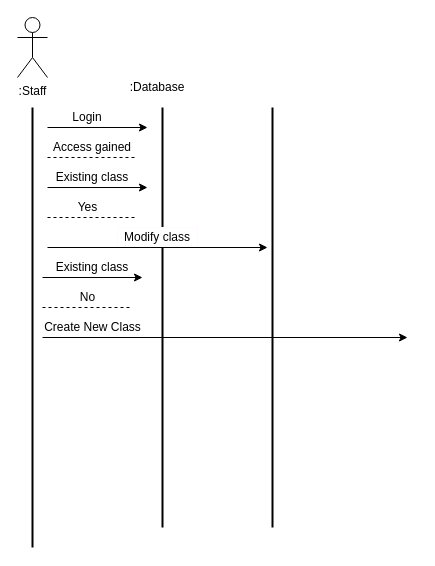
Earlier version of the draw.io diagram sequence_diagram.drawio (BrandonLombard/OOAD-SNHU). Source tidied: cells renumbered, new cells numbered last; positions are measured from the earlier drawing's top-left corner, leaving out a move shared by most shapes. Both pictures are drawn from the tidied source at 100%, with x=0, y=0 at pixel (17, 17).
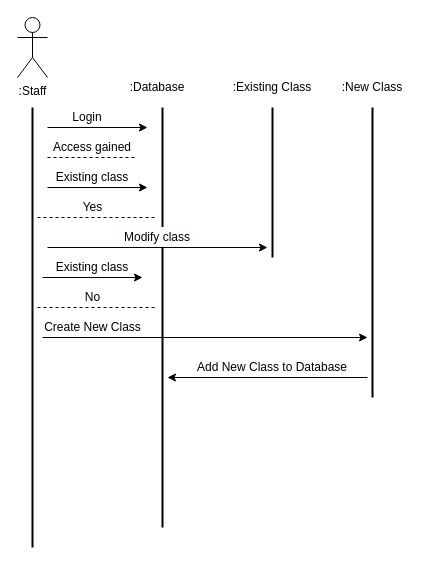
The same diagram, later.

Change to the diagram source:
```diff
@@
     <mxCell id="8" style="endArrow=none;dashed=1;html=1;" parent="1" edge="1">
       <mxGeometry relative="1" as="geometry">
-        <mxPoint x="30" y="200" as="sourcePoint" />
-        <mxPoint x="120" y="200" as="targetPoint" />
+        <mxPoint x="20" y="200" as="sourcePoint" />
+        <mxPoint x="140" y="200" as="targetPoint" />
       </mxGeometry>
     </mxCell>
@@
     <mxCell id="12" value="Yes" style="text;html=1;strokeColor=none;fillColor=none;align=center;verticalAlign=middle;whiteSpace=wrap;rounded=0;" parent="1" vertex="1">
-      <mxGeometry x="42.5" y="180" width="55" height="20" as="geometry" />
+      <mxGeometry x="47.5" y="180" width="55" height="20" as="geometry" />
     </mxCell>
@@
     <mxCell id="16" style="endArrow=none;dashed=1;html=1;" parent="1" edge="1">
       <mxGeometry relative="1" as="geometry">
-        <mxPoint x="25" y="290" as="sourcePoint" />
-        <mxPoint x="115" y="290" as="targetPoint" />
+        <mxPoint x="20" y="290" as="sourcePoint" />
+        <mxPoint x="140" y="290" as="targetPoint" />
       </mxGeometry>
     </mxCell>
     <mxCell id="17" value="No" style="text;html=1;strokeColor=none;fillColor=none;align=center;verticalAlign=middle;whiteSpace=wrap;rounded=0;" parent="1" vertex="1">
-      <mxGeometry x="42.5" y="270" width="55" height="20" as="geometry" />
+      <mxGeometry x="47.5" y="270" width="55" height="20" as="geometry" />
     </mxCell>
     <mxCell id="18" style="endArrow=classic;html=1;" parent="1" edge="1">
       <mxGeometry relative="1" as="geometry">
         <mxPoint x="25" y="320" as="sourcePoint" />
-        <mxPoint x="390" y="320" as="targetPoint" />
+        <mxPoint x="350" y="320" as="targetPoint" />
       </mxGeometry>
     </mxCell>
@@
     <mxCell id="21" style="line;strokeWidth=2;direction=south;html=1;" parent="1" vertex="1">
-      <mxGeometry x="250" y="90" width="10" height="420" as="geometry" />
+      <mxGeometry x="250" y="90" width="10" height="150" as="geometry" />
     </mxCell>
@@
+    <mxCell id="23" value=":Existing Class" style="text;html=1;strokeColor=none;fillColor=none;align=center;verticalAlign=middle;whiteSpace=wrap;rounded=0;" parent="1" vertex="1">
+      <mxGeometry x="210" y="60" width="90" height="20" as="geometry" />
+    </mxCell>
+    <mxCell id="24" style="line;strokeWidth=2;direction=south;html=1;" parent="1" vertex="1">
+      <mxGeometry x="350" y="90" width="10" height="290" as="geometry" />
+    </mxCell>
+    <mxCell id="25" value=":New Class" style="text;html=1;strokeColor=none;fillColor=none;align=center;verticalAlign=middle;whiteSpace=wrap;rounded=0;" parent="1" vertex="1">
+      <mxGeometry x="310" y="60" width="90" height="20" as="geometry" />
+    </mxCell>
+    <mxCell id="26" value="Add New Class to Database" style="text;html=1;strokeColor=none;fillColor=none;align=center;verticalAlign=middle;whiteSpace=wrap;rounded=0;" parent="1" vertex="1">
+      <mxGeometry x="175" y="340" width="160" height="20" as="geometry" />
+    </mxCell>
+    <mxCell id="27" style="endArrow=classic;html=1;" parent="1" edge="1">
+      <mxGeometry relative="1" as="geometry">
+        <mxPoint x="350" y="360" as="sourcePoint" />
+        <mxPoint x="150" y="360" as="targetPoint" />
+      </mxGeometry>
+    </mxCell>
```
